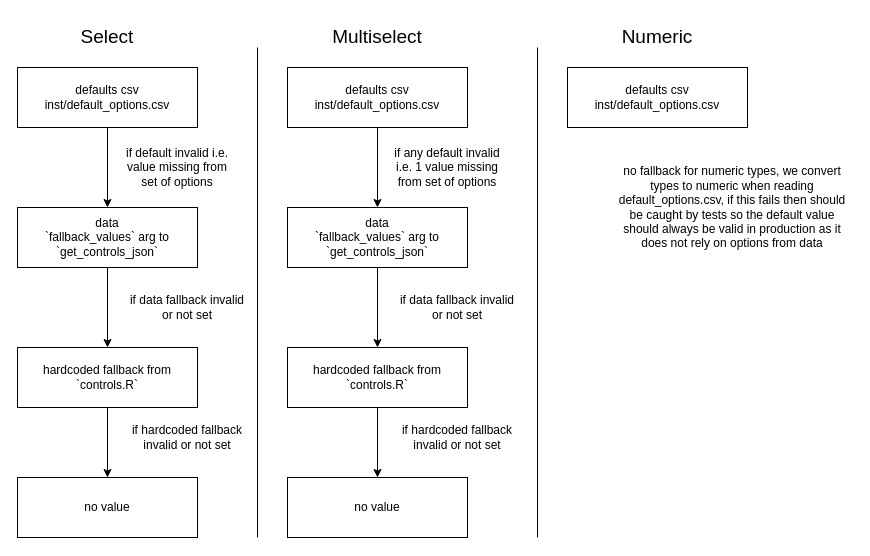
Earlier version of the draw.io diagram diagram/logic.drawio (mrc-ide/naomi.options). Source tidied: cells renumbered, new cells numbered last; positions are measured from the earlier drawing's top-left corner, leaving out a move shared by most shapes. Both pictures are drawn from the tidied source at 100%, with x=0, y=0 at pixel (17, 17).
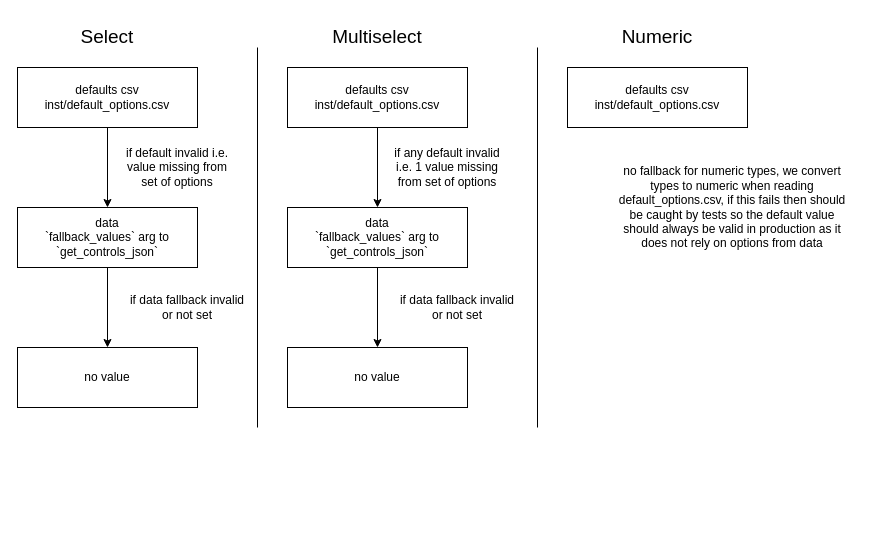
The same diagram, later.

Commit message (it also covers changes not shown here):
Remove ability to specify value in the model controls

The change refers to these unchanged cells:
```xml
<mxCell id="3" value="data&lt;br&gt;`fallback_values` arg to `get_controls_json`" style="rounded=0;whiteSpace=wrap;html=1;" parent="1" vertex="1">
  <mxGeometry y="190" width="180" height="60" as="geometry" />
</mxCell>
<mxCell id="14" value="data&lt;br&gt;`fallback_values` arg to `get_controls_json`" style="rounded=0;whiteSpace=wrap;html=1;" parent="1" vertex="1">
  <mxGeometry x="270" y="190" width="180" height="60" as="geometry" />
</mxCell>
```

Change to the diagram source:
```diff
@@
-    <mxCell id="4" value="hardcoded fallback from&lt;br&gt;`controls.R`" style="rounded=0;whiteSpace=wrap;html=1;" parent="1" vertex="1">
-      <mxGeometry y="330" width="180" height="60" as="geometry" />
-    </mxCell>
     <mxCell id="5" value="no value" style="rounded=0;whiteSpace=wrap;html=1;" parent="1" vertex="1">
-      <mxGeometry y="460" width="180" height="60" as="geometry" />
+      <mxGeometry y="330" width="180" height="60" as="geometry" />
     </mxCell>
@@
-    <mxCell id="7" style="endArrow=classic;html=1;exitX=0.5;exitY=1;exitDx=0;exitDy=0;entryX=0.5;entryY=0;entryDx=0;entryDy=0;" parent="1" edge="1" source="3" target="4">
-      <mxGeometry relative="1" as="geometry" />
+    <mxCell id="7" style="endArrow=classic;html=1;exitX=0.5;exitY=1;exitDx=0;exitDy=0;entryX=0.5;entryY=0;entryDx=0;entryDy=0;" parent="1" edge="1" source="3">
+      <mxGeometry relative="1" as="geometry">
+        <mxPoint x="90" y="330" as="targetPoint" />
+      </mxGeometry>
     </mxCell>
-    <mxCell id="8" style="endArrow=classic;html=1;exitX=0.5;exitY=1;exitDx=0;exitDy=0;entryX=0.5;entryY=0;entryDx=0;entryDy=0;" parent="1" edge="1" source="4" target="5">
-      <mxGeometry relative="1" as="geometry" />
-    </mxCell>
@@
-    <mxCell id="11" value="if hardcoded fallback invalid or not set" style="text;html=1;strokeColor=none;fillColor=none;align=center;verticalAlign=middle;whiteSpace=wrap;rounded=0;" parent="1" vertex="1">
-      <mxGeometry x="110" y="400" width="120" height="40" as="geometry" />
-    </mxCell>
@@
-    <mxCell id="15" value="hardcoded fallback from&lt;br&gt;`controls.R`" style="rounded=0;whiteSpace=wrap;html=1;" parent="1" vertex="1">
-      <mxGeometry x="270" y="330" width="180" height="60" as="geometry" />
-    </mxCell>
     <mxCell id="16" value="no value" style="rounded=0;whiteSpace=wrap;html=1;" parent="1" vertex="1">
-      <mxGeometry x="270" y="460" width="180" height="60" as="geometry" />
+      <mxGeometry x="270" y="330" width="180" height="60" as="geometry" />
     </mxCell>
@@
-    <mxCell id="18" style="endArrow=classic;html=1;exitX=0.5;exitY=1;exitDx=0;exitDy=0;entryX=0.5;entryY=0;entryDx=0;entryDy=0;" parent="1" edge="1" source="14" target="15">
-      <mxGeometry relative="1" as="geometry" />
+    <mxCell id="18" style="endArrow=classic;html=1;exitX=0.5;exitY=1;exitDx=0;exitDy=0;entryX=0.5;entryY=0;entryDx=0;entryDy=0;" parent="1" edge="1" source="14">
+      <mxGeometry relative="1" as="geometry">
+        <mxPoint x="360" y="330" as="targetPoint" />
+      </mxGeometry>
     </mxCell>
-    <mxCell id="19" style="endArrow=classic;html=1;exitX=0.5;exitY=1;exitDx=0;exitDy=0;entryX=0.5;entryY=0;entryDx=0;entryDy=0;" parent="1" edge="1" source="15" target="16">
-      <mxGeometry relative="1" as="geometry" />
-    </mxCell>
@@
-    <mxCell id="22" value="if hardcoded fallback invalid or not set" style="text;html=1;strokeColor=none;fillColor=none;align=center;verticalAlign=middle;whiteSpace=wrap;rounded=0;" parent="1" vertex="1">
-      <mxGeometry x="380" y="400" width="120" height="40" as="geometry" />
-    </mxCell>
@@
     <mxCell id="24" style="endArrow=none;html=1;" parent="1" edge="1">
       <mxGeometry relative="1" as="geometry">
-        <mxPoint x="240" y="520" as="sourcePoint" />
+        <mxPoint x="240" y="410" as="sourcePoint" />
         <mxPoint x="240" y="30" as="targetPoint" />
       </mxGeometry>
     </mxCell>
@@
     <mxCell id="27" style="endArrow=none;html=1;" parent="1" edge="1">
       <mxGeometry relative="1" as="geometry">
-        <mxPoint x="520" y="520" as="sourcePoint" />
+        <mxPoint x="520" y="410" as="sourcePoint" />
         <mxPoint x="520" y="30" as="targetPoint" />
       </mxGeometry>
     </mxCell>
```
